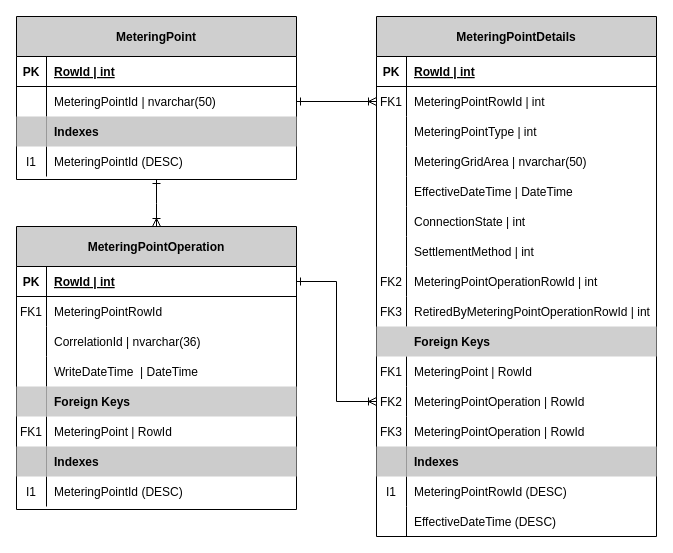
Before: docs/data-models/MeteringPointDataModel.drawio in Energinet-DataHub/ARCHIVED-geh-charges, a draw.io diagram. Source tidied: cells renumbered, new cells numbered last; positions are measured from the earlier drawing's top-left corner, leaving out a move shared by most shapes. Both pictures are drawn from the tidied source at 100%, with x=0, y=0 at pixel (16, 16).
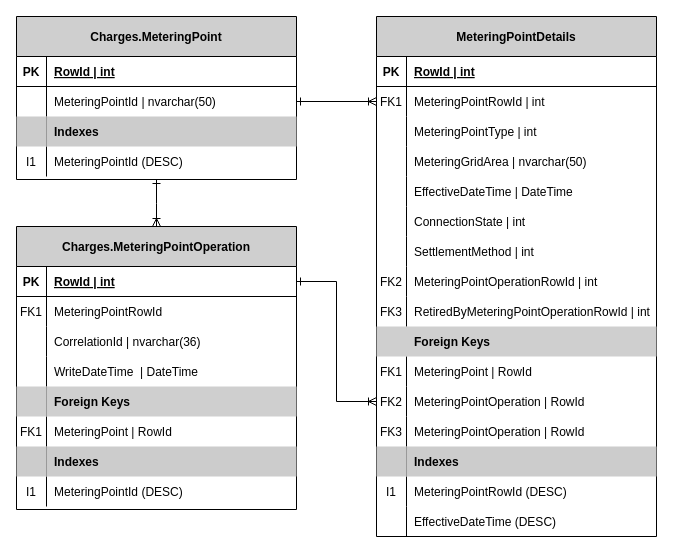
After the change.

Commit message (it also covers changes not shown here):
add dbschema to data models

Diff of the diagram source:
```diff
@@
-    <mxCell id="2" value="MeteringPoint" style="shape=table;startSize=40;childLayout=tableLayout;rowLines=0;fontStyle=1;align=center;fillColor=#CFCFCF;" parent="1" vertex="1">
+    <mxCell id="2" value="Charges.MeteringPoint" style="shape=table;startSize=40;childLayout=tableLayout;rowLines=0;fontStyle=1;align=center;fillColor=#CFCFCF;" parent="1" vertex="1">
       <mxGeometry width="280" height="163" as="geometry" />
     </mxCell>
@@
-    <mxCell id="66" value="MeteringPointOperation" style="shape=table;startSize=40;childLayout=tableLayout;rowLines=0;fontStyle=1;align=center;fillColor=#CFCFCF;" parent="1" vertex="1">
+    <mxCell id="66" value="Charges.MeteringPointOperation" style="shape=table;startSize=40;childLayout=tableLayout;rowLines=0;fontStyle=1;align=center;fillColor=#CFCFCF;" parent="1" vertex="1">
       <mxGeometry y="210" width="280" height="283" as="geometry" />
     </mxCell>
```
